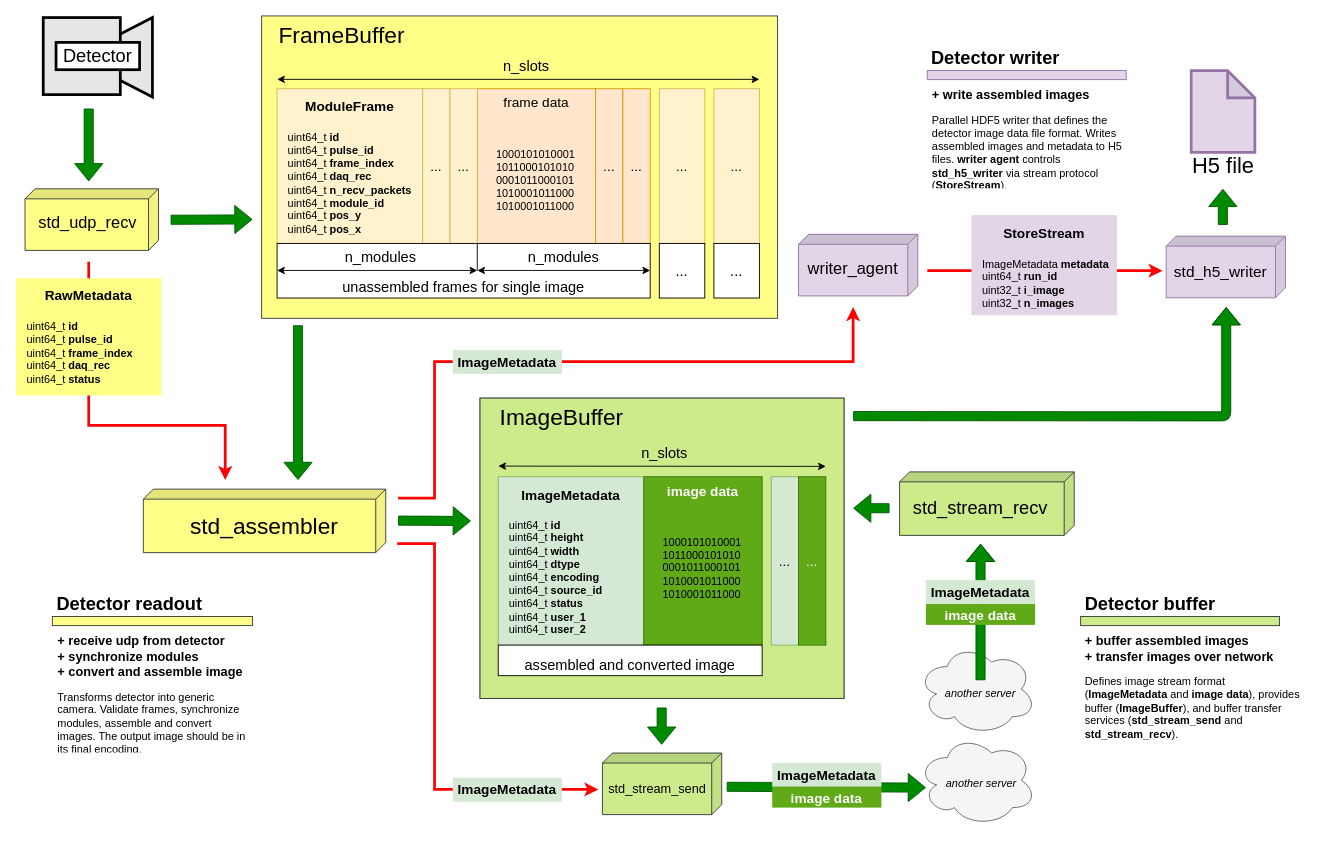
The draw.io diagram page "detector_data_flow" (1 of 2) of docs/diagrams.drawio in paulscherrerinstitute/std_daq_service, before the edit. Source tidied: cells renumbered, new cells numbered last; positions are measured from the earlier drawing's top-left corner, leaving out a move shared by most shapes. Both pictures are drawn from the tidied source at 91%, with x=0, y=0 at pixel (15, 15).
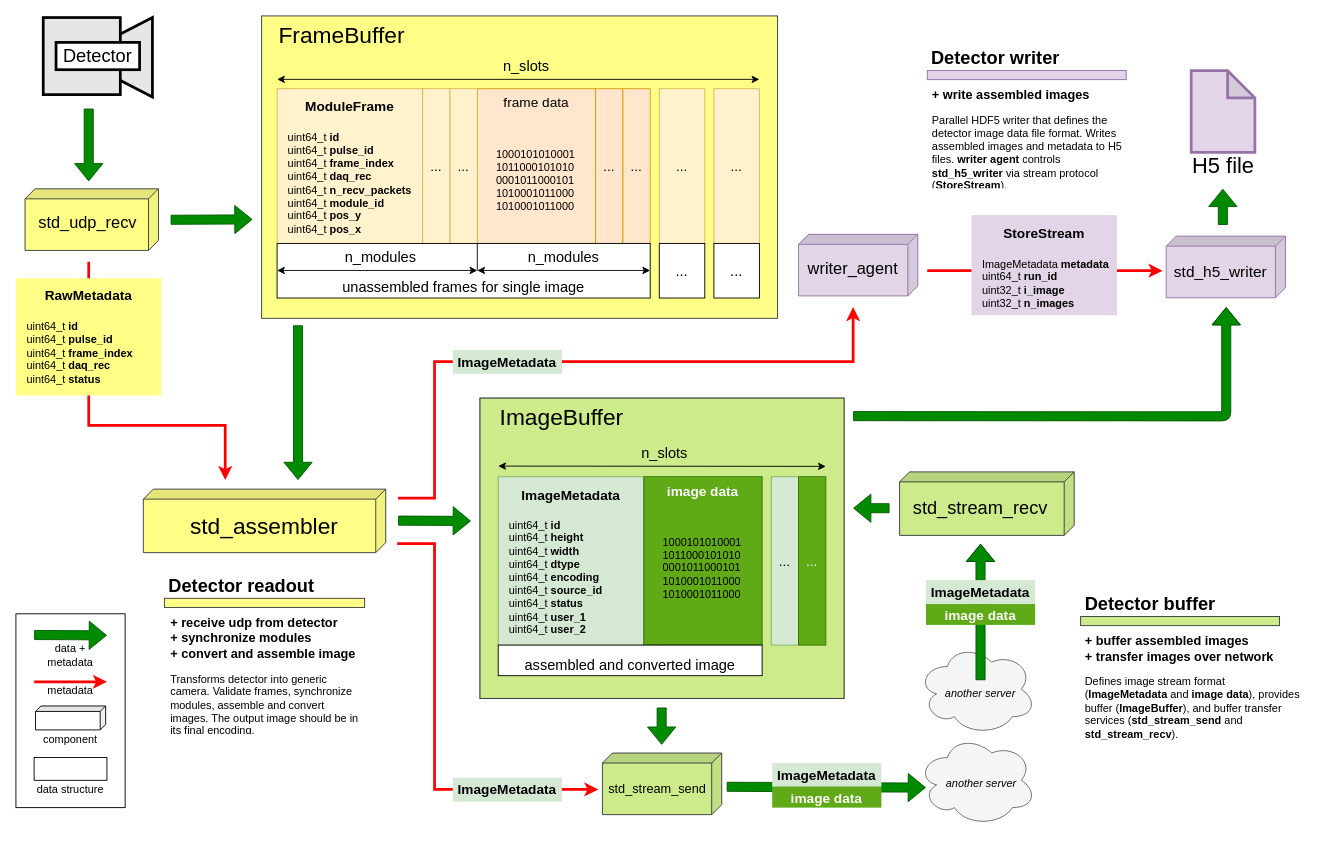
Above is the later version.

Commit message (it also covers changes not shown here):
Add legend to data flow diagram

Change to the diagram source:
```diff
@@
     <mxCell id="124" style="group;" parent="1" vertex="1">
-      <mxGeometry x="40" y="630" width="220" height="180" as="geometry" />
+      <mxGeometry x="163.2" y="610" width="220" height="180" as="geometry" />
     </mxCell>
@@
+    <mxCell id="132" style="group;" parent="1" vertex="1">
+      <mxGeometry y="657" width="120" height="213" as="geometry" />
+    </mxCell>
+    <mxCell id="133" style="rounded=0;whiteSpace=wrap;html=1;" parent="132" vertex="1">
+      <mxGeometry width="120" height="213" as="geometry" />
+    </mxCell>
+    <mxCell id="134" style="shape=flexArrow;endArrow=classic;html=1;fontSize=16;fillColor=#008a00;strokeColor=#005700;" parent="132" edge="1">
+      <mxGeometry relative="1" as="geometry">
+        <mxPoint x="20" y="23.3" as="sourcePoint" />
+        <mxPoint x="100" y="23.7" as="targetPoint" />
+      </mxGeometry>
+    </mxCell>
+    <mxCell id="135" style="edgeStyle=orthogonalEdgeStyle;rounded=0;orthogonalLoop=1;jettySize=auto;html=1;startArrow=none;startFill=0;fontSize=16;endArrow=classic;endFill=1;strokeWidth=3;strokeColor=#FF0000;" parent="132" edge="1">
+      <mxGeometry relative="1" as="geometry">
+        <mxPoint x="20" y="74.7" as="sourcePoint" />
+        <mxPoint x="100" y="74.8" as="targetPoint" />
+        <Array as="points">
+          <mxPoint x="50" y="74.8" />
+          <mxPoint x="50" y="74.8" />
+        </Array>
+      </mxGeometry>
+    </mxCell>
+    <mxCell id="136" value="metadata" style="text;html=1;strokeColor=none;fillColor=none;align=center;verticalAlign=middle;whiteSpace=wrap;rounded=0;" parent="132" vertex="1">
+      <mxGeometry x="20" y="74.7" width="80" height="20" as="geometry" />
+    </mxCell>
+    <mxCell id="137" value="data + metadata" style="text;html=1;strokeColor=none;fillColor=none;align=center;verticalAlign=middle;whiteSpace=wrap;rounded=0;" parent="132" vertex="1">
+      <mxGeometry x="20" y="35.7" width="80" height="20" as="geometry" />
+    </mxCell>
+    <mxCell id="138" style="shape=cube;whiteSpace=wrap;html=1;boundedLbl=1;backgroundOutline=1;darkOpacity=0.05;darkOpacity2=0.1;rotation=90;size=6;direction=east;flipV=0;flipH=0;" parent="132" vertex="1">
+      <mxGeometry x="46.9" y="75.9" width="26.3" height="77.1" as="geometry" />
+    </mxCell>
+    <mxCell id="139" value="component" style="text;html=1;strokeColor=none;fillColor=none;align=center;verticalAlign=middle;whiteSpace=wrap;rounded=0;" parent="132" vertex="1">
+      <mxGeometry x="20" y="129.1" width="80" height="20" as="geometry" />
+    </mxCell>
+    <mxCell id="140" style="rounded=0;whiteSpace=wrap;html=1;" parent="132" vertex="1">
+      <mxGeometry x="20" y="157.9" width="80" height="25.1" as="geometry" />
+    </mxCell>
+    <mxCell id="141" value="data structure" style="text;html=1;strokeColor=none;fillColor=none;align=center;verticalAlign=middle;whiteSpace=wrap;rounded=0;" parent="132" vertex="1">
+      <mxGeometry x="20" y="183" width="80" height="20" as="geometry" />
+    </mxCell>
```
